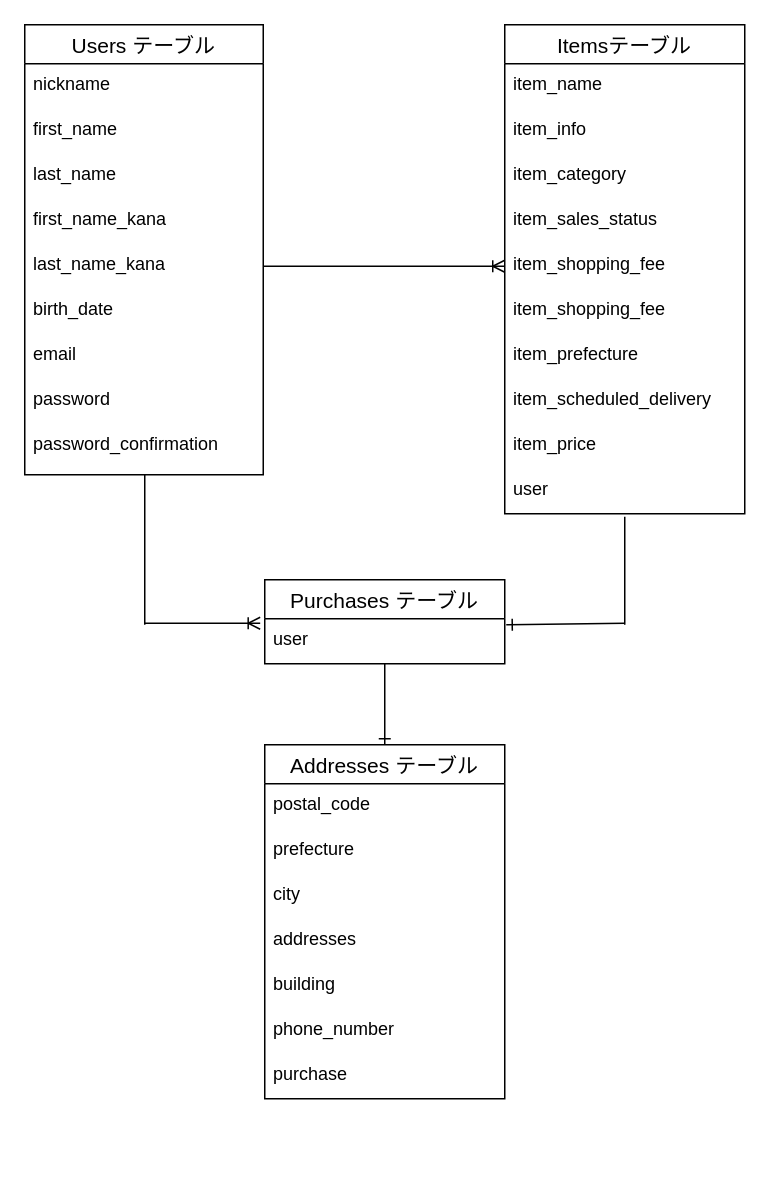
Earlier version of the draw.io diagram ER.dio (hitofumi11023/furima-39651). Source tidied: cells renumbered, new cells numbered last; positions are measured from the earlier drawing's top-left corner, leaving out a move shared by most shapes. Both pictures are drawn from the tidied source at 150%, with x=0, y=0 at pixel (24, 24).
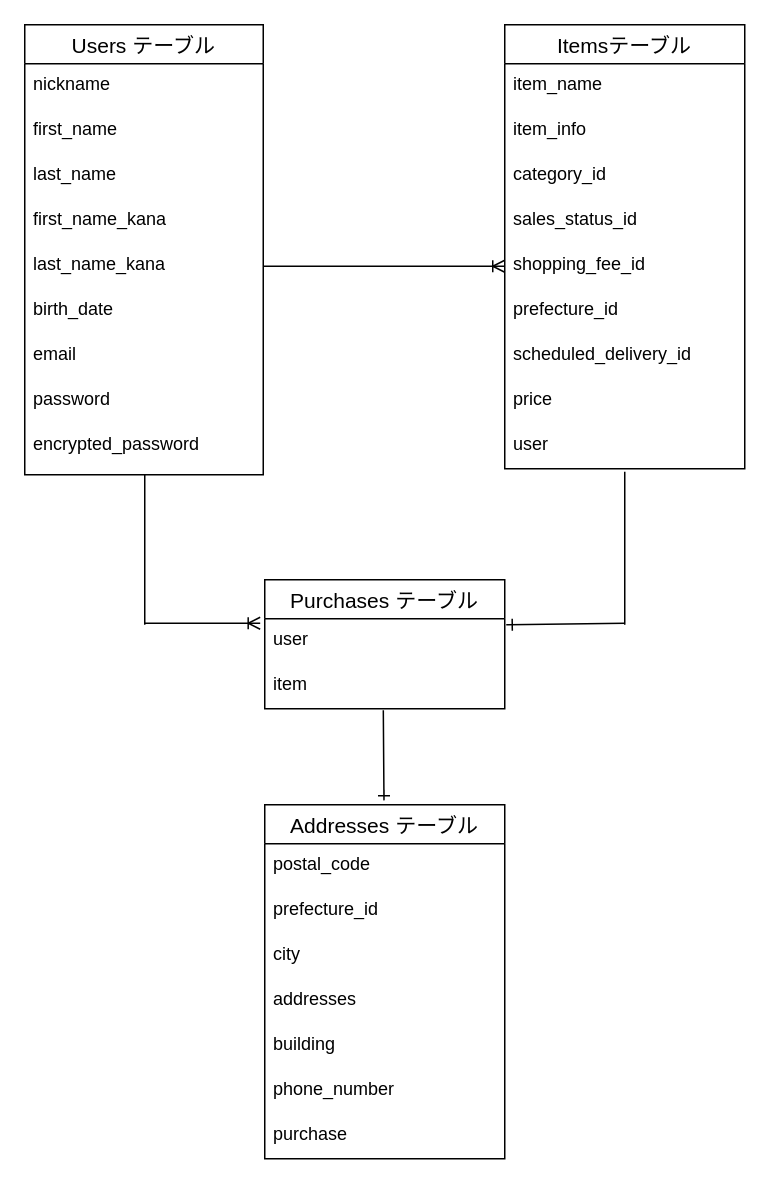
The same page after the edit.

Commit message (it also covers changes not shown here):
ER図添付ならびにREADMEの修正2

The change refers to these unchanged cells:
```xml
<mxCell id="2" value="Users テーブル" style="swimlane;fontStyle=0;horizontal=1;startSize=26;align=center;fontSize=14;" parent="1" vertex="1">
  <mxGeometry width="159" height="300" as="geometry" />
</mxCell>
<mxCell id="26" value="user" style="text;strokeColor=none;fillColor=none;spacingLeft=4;spacingRight=4;overflow=hidden;points=[[0,0.5],[1,0.5]];portConstraint=eastwest;fontSize=12;" parent="25" vertex="1">
  <mxGeometry y="26" width="160" height="30" as="geometry" />
</mxCell>
```

The edit, as a diff of the source:
```diff
@@
-    <mxCell id="11" value="password_confirmation" style="text;strokeColor=none;fillColor=none;spacingLeft=4;spacingRight=4;overflow=hidden;fontSize=12;" parent="2" vertex="1">
+    <mxCell id="11" value="encrypted_password" style="text;strokeColor=none;fillColor=none;spacingLeft=4;spacingRight=4;overflow=hidden;fontSize=12;" parent="2" vertex="1">
       <mxGeometry y="266" width="159" height="34" as="geometry" />
     </mxCell>
@@
     <mxCell id="14" value="Itemsテーブル" style="swimlane;fontStyle=0;horizontal=1;startSize=26;align=center;fontSize=14;strokeColor=default;" parent="1" vertex="1">
-      <mxGeometry x="320" width="160" height="326" as="geometry" />
+      <mxGeometry x="320" width="160" height="296" as="geometry" />
     </mxCell>
@@
-    <mxCell id="17" value="item_category" style="text;strokeColor=none;fillColor=none;spacingLeft=4;spacingRight=4;overflow=hidden;fontSize=12;" parent="14" vertex="1">
+    <mxCell id="17" value="category_id" style="text;strokeColor=none;fillColor=none;spacingLeft=4;spacingRight=4;overflow=hidden;fontSize=12;" parent="14" vertex="1">
       <mxGeometry y="86" width="160" height="30" as="geometry" />
     </mxCell>
-    <mxCell id="18" value="item_sales_status" style="text;strokeColor=none;fillColor=none;spacingLeft=4;spacingRight=4;overflow=hidden;fontSize=12;" parent="14" vertex="1">
+    <mxCell id="18" value="sales_status_id" style="text;strokeColor=none;fillColor=none;spacingLeft=4;spacingRight=4;overflow=hidden;fontSize=12;" parent="14" vertex="1">
       <mxGeometry y="116" width="160" height="30" as="geometry" />
     </mxCell>
-    <mxCell id="19" value="item_shopping_fee" style="text;strokeColor=none;fillColor=none;spacingLeft=4;spacingRight=4;overflow=hidden;points=[[0,0.5],[1,0.5]];portConstraint=eastwest;fontSize=12;" parent="14" vertex="1">
+    <mxCell id="19" value="shopping_fee_id" style="text;strokeColor=none;fillColor=none;spacingLeft=4;spacingRight=4;overflow=hidden;points=[[0,0.5],[1,0.5]];portConstraint=eastwest;fontSize=12;" parent="14" vertex="1">
       <mxGeometry y="146" width="160" height="30" as="geometry" />
     </mxCell>
-    <mxCell id="20" value="item_shopping_fee" style="text;strokeColor=none;fillColor=none;spacingLeft=4;spacingRight=4;overflow=hidden;fontSize=12;" parent="14" vertex="1">
-      <mxGeometry y="176" width="160" height="30" as="geometry" />
-    </mxCell>
-    <mxCell id="21" value="item_prefecture" style="text;strokeColor=none;fillColor=none;spacingLeft=4;spacingRight=4;overflow=hidden;fontSize=12;" parent="14" vertex="1">
-      <mxGeometry y="206" width="160" height="30" as="geometry" />
+    <mxCell id="21" value="prefecture_id" style="text;strokeColor=none;fillColor=none;spacingLeft=4;spacingRight=4;overflow=hidden;fontSize=12;" parent="14" vertex="1">
+      <mxGeometry y="176" width="160" height="30" as="geometry" />
     </mxCell>
-    <mxCell id="22" value="item_scheduled_delivery" style="text;strokeColor=none;fillColor=none;spacingLeft=4;spacingRight=4;overflow=hidden;fontSize=12;" parent="14" vertex="1">
-      <mxGeometry y="236" width="160" height="30" as="geometry" />
+    <mxCell id="22" value="scheduled_delivery_id&#10;&#10;" style="text;strokeColor=none;fillColor=none;spacingLeft=4;spacingRight=4;overflow=hidden;fontSize=12;" parent="14" vertex="1">
+      <mxGeometry y="206" width="160" height="30" as="geometry" />
     </mxCell>
-    <mxCell id="23" value="item_price" style="text;strokeColor=none;fillColor=none;spacingLeft=4;spacingRight=4;overflow=hidden;fontSize=12;" parent="14" vertex="1">
-      <mxGeometry y="266" width="160" height="30" as="geometry" />
+    <mxCell id="23" value="price" style="text;strokeColor=none;fillColor=none;spacingLeft=4;spacingRight=4;overflow=hidden;fontSize=12;" parent="14" vertex="1">
+      <mxGeometry y="236" width="160" height="30" as="geometry" />
     </mxCell>
     <mxCell id="24" value="user" style="text;strokeColor=none;fillColor=none;spacingLeft=4;spacingRight=4;overflow=hidden;points=[[0,0.5],[1,0.5]];portConstraint=eastwest;fontSize=12;" parent="14" vertex="1">
-      <mxGeometry y="296" width="160" height="30" as="geometry" />
+      <mxGeometry y="266" width="160" height="30" as="geometry" />
     </mxCell>
     <mxCell id="25" value="Purchases テーブル" style="swimlane;fontStyle=0;horizontal=1;startSize=26;align=center;fontSize=14;strokeColor=default;" parent="1" vertex="1">
-      <mxGeometry x="160" y="370" width="160" height="56" as="geometry" />
+      <mxGeometry x="160" y="370" width="160" height="86" as="geometry" />
     </mxCell>
@@
+    <mxCell id="39" value="item" style="text;strokeColor=none;fillColor=none;spacingLeft=4;spacingRight=4;overflow=hidden;points=[[0,0.5],[1,0.5]];portConstraint=eastwest;fontSize=12;" parent="25" vertex="1">
+      <mxGeometry y="56" width="160" height="30" as="geometry" />
+    </mxCell>
     <mxCell id="27" value="Addresses テーブル" style="swimlane;fontStyle=0;horizontal=1;startSize=26;align=center;fontSize=14;strokeColor=default;" parent="1" vertex="1">
-      <mxGeometry x="160" y="480" width="160" height="236" as="geometry" />
+      <mxGeometry x="160" y="520" width="160" height="236" as="geometry" />
     </mxCell>
@@
-    <mxCell id="29" value="prefecture" style="text;strokeColor=none;fillColor=none;spacingLeft=4;spacingRight=4;overflow=hidden;fontSize=12;" parent="27" vertex="1">
+    <mxCell id="29" value="prefecture_id" style="text;strokeColor=none;fillColor=none;spacingLeft=4;spacingRight=4;overflow=hidden;fontSize=12;" parent="27" vertex="1">
       <mxGeometry y="56" width="160" height="30" as="geometry" />
     </mxCell>
@@
-    <mxCell id="35" style="fontSize=12;html=1;endArrow=ERone;endFill=1;strokeColor=default;strokeWidth=1;jumpSize=7;" parent="1" edge="1" source="26">
+    <mxCell id="35" style="fontSize=12;html=1;endArrow=ERone;endFill=1;strokeColor=default;strokeWidth=1;jumpSize=7;exitX=0.494;exitY=1.033;exitDx=0;exitDy=0;exitPerimeter=0;" parent="1" edge="1" source="39">
       <mxGeometry relative="1" as="geometry">
-        <mxPoint x="240" y="480" as="targetPoint" />
+        <mxPoint x="239.5" y="510" as="targetPoint" />
         <Array as="points">
-          <mxPoint x="240" y="450" />
+          <mxPoint x="239.5" y="520" />
         </Array>
       </mxGeometry>
     </mxCell>
```
